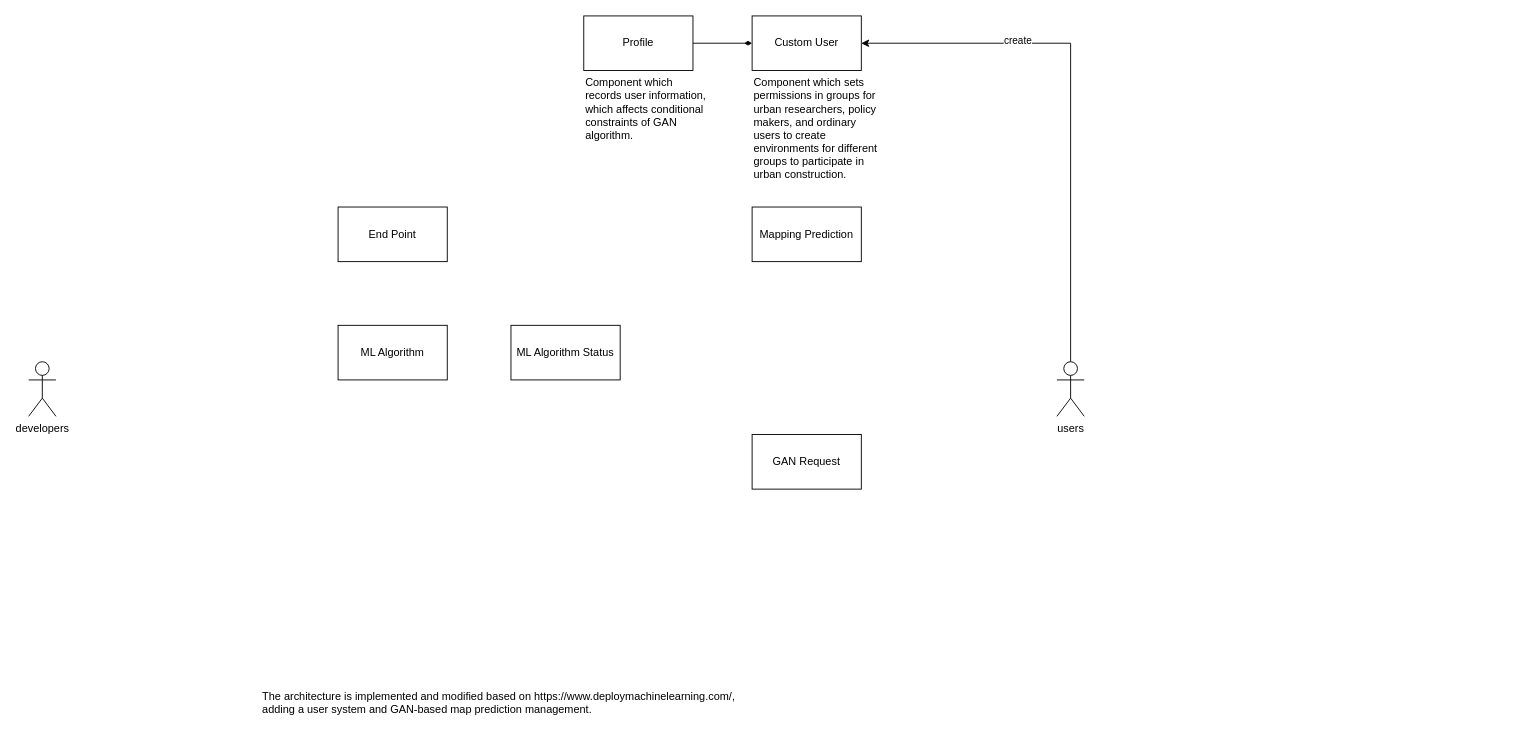
This is df2021.drawio from zixunh/ML_NanoService, a draw.io file, before an edit. Source tidied: cells renumbered, new cells numbered last; positions are measured from the earlier drawing's top-left corner, leaving out a move shared by most shapes. Both pictures are drawn from the tidied source at 91%, with x=0, y=0 at pixel (28, 15).
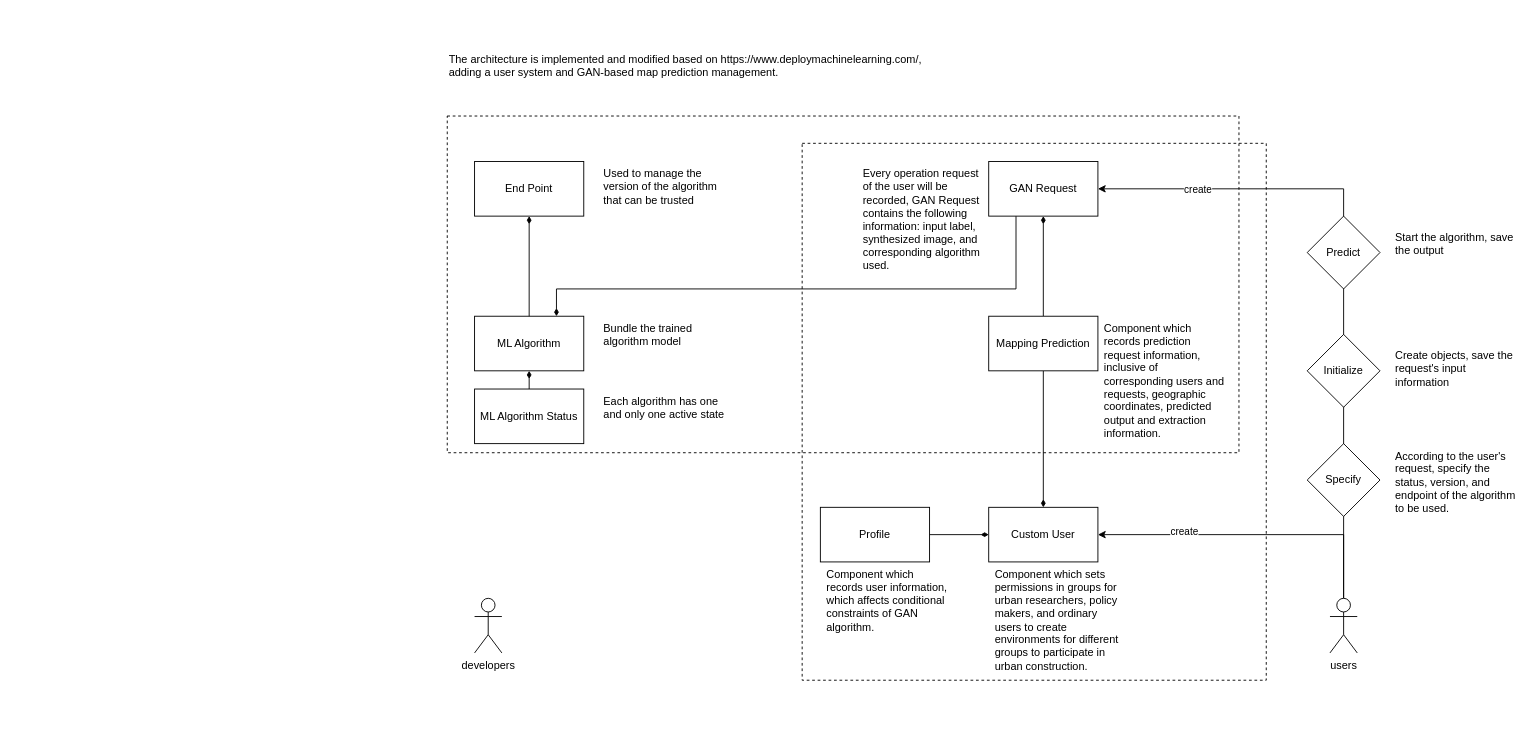
The same page after the edit.

The change refers to these unchanged cells:
```xml
<mxCell id="8" style="edgeStyle=orthogonalEdgeStyle;rounded=0;jettySize=auto;html=1;exitX=0.5;exitY=0;exitDx=0;exitDy=0;exitPerimeter=0;entryX=1;entryY=0.5;entryDx=0;entryDy=0;" parent="1" edge="1" source="10" target="12">
  <mxGeometry relative="1" as="geometry" />
</mxCell>
```

Change to the diagram source:
```diff
@@
-    <mxCell id="2" value="Mapping Prediction" style="rounded=0;whiteSpace=wrap;html=1;align=center;verticalAlign=middle;" parent="1" vertex="1">
-      <mxGeometry x="795" y="210" width="120" height="60" as="geometry" />
-    </mxCell>
     <mxCell id="3" value="End Point" style="rounded=0;whiteSpace=wrap;html=1;align=center;verticalAlign=middle;" parent="1" vertex="1">
-      <mxGeometry x="340" y="210" width="120" height="60" as="geometry" />
+      <mxGeometry x="490" y="160" width="120" height="60" as="geometry" />
     </mxCell>
     <mxCell id="4" value="ML Algorithm" style="rounded=0;whiteSpace=wrap;html=1;align=center;verticalAlign=middle;" parent="1" vertex="1">
-      <mxGeometry x="340" y="340" width="120" height="60" as="geometry" />
+      <mxGeometry x="490" y="330" width="120" height="60" as="geometry" />
     </mxCell>
     <mxCell id="5" value="ML Algorithm Status" style="rounded=0;whiteSpace=wrap;html=1;align=center;verticalAlign=middle;" parent="1" vertex="1">
-      <mxGeometry x="530" y="340" width="120" height="60" as="geometry" />
+      <mxGeometry x="490" y="410" width="120" height="60" as="geometry" />
     </mxCell>
-    <mxCell id="6" value="GAN Request" style="rounded=0;whiteSpace=wrap;html=1;align=center;verticalAlign=middle;" parent="1" vertex="1">
-      <mxGeometry x="795" y="460" width="120" height="60" as="geometry" />
-    </mxCell>
+    <mxCell id="18" style="edgeStyle=orthogonalEdgeStyle;rounded=0;jettySize=auto;html=1;exitX=0.25;exitY=1;exitDx=0;exitDy=0;entryX=0.75;entryY=0;entryDx=0;entryDy=0;startArrow=none;startFill=0;endArrow=diamondThin;endFill=1;" parent="1" edge="1" source="6" target="4">
+      <mxGeometry relative="1" as="geometry">
+        <Array as="points">
+          <mxPoint x="1085" y="300" />
+          <mxPoint x="580" y="300" />
+        </Array>
+      </mxGeometry>
+    </mxCell>
     <mxCell id="7" value="The architecture is implemented and modified based on https://www.deploymachinelearning.com/, &lt;br&gt;adding a user system and GAN-based map prediction management." style="text;html=1;align=left;verticalAlign=middle;strokeColor=none;" parent="1" vertex="1">
-      <mxGeometry x="255" y="740" width="540" height="30" as="geometry" />
+      <mxGeometry x="460" y="40" width="540" height="30" as="geometry" />
     </mxCell>
@@
     <mxCell id="9" value="create" style="edgeLabel;html=1;align=center;verticalAlign=middle;" parent="8" vertex="1">
-      <mxGeometry x="0.41" y="-4" relative="1" as="geometry" />
+      <mxGeometry x="0.41" y="-4" relative="1" as="geometry">
+        <mxPoint x="-6" as="offset" />
+      </mxGeometry>
     </mxCell>
     <mxCell id="10" value="users" style="shape=umlActor;verticalLabelPosition=bottom;verticalAlign=top;html=1;outlineConnect=0;" parent="1" vertex="1">
-      <mxGeometry x="1130" y="380" width="30" height="60" as="geometry" />
+      <mxGeometry x="1430" y="640" width="30" height="60" as="geometry" />
     </mxCell>
     <mxCell id="11" value="developers" style="shape=umlActor;verticalLabelPosition=bottom;verticalAlign=top;html=1;" parent="1" vertex="1">
-      <mxGeometry y="380" width="30" height="60" as="geometry" />
+      <mxGeometry x="490" y="640" width="30" height="60" as="geometry" />
     </mxCell>
-    <mxCell id="12" value="Custom User" style="rounded=0;whiteSpace=wrap;html=1;align=center;verticalAlign=middle;" parent="1" vertex="1">
-      <mxGeometry x="795" width="120" height="60" as="geometry" />
-    </mxCell>
@@
     <mxCell id="14" style="group;" parent="1" vertex="1">
-      <mxGeometry x="610" width="140" height="80" as="geometry" />
+      <mxGeometry x="870" y="540" width="140" height="80" as="geometry" />
     </mxCell>
@@
     <mxCell id="16" value="Component which records user information, which affects conditional constraints of GAN algorithm." style="text;html=1;strokeColor=none;fillColor=none;align=left;verticalAlign=top;whiteSpace=wrap;rounded=0;" parent="14" vertex="1">
-      <mxGeometry y="60" width="140" height="20" as="geometry" />
+      <mxGeometry x="5" y="60" width="140" height="20" as="geometry" />
     </mxCell>
+    <mxCell id="19" style="group;" parent="1" vertex="1">
+      <mxGeometry x="1055" y="540" width="140" height="80" as="geometry" />
+    </mxCell>
+    <mxCell id="12" value="Custom User" style="rounded=0;whiteSpace=wrap;html=1;align=center;verticalAlign=middle;" parent="19" vertex="1">
+      <mxGeometry width="120" height="60" as="geometry" />
+    </mxCell>
-    <mxCell id="17" value="Component which sets permissions in groups for urban researchers, policy makers, and ordinary users to create environments for different groups to participate in urban construction." style="text;html=1;strokeColor=none;fillColor=none;align=left;verticalAlign=top;whiteSpace=wrap;rounded=0;" parent="1" vertex="1">
-      <mxGeometry x="795" y="60" width="140" height="20" as="geometry" />
+    <mxCell id="17" value="Component which sets permissions in groups for urban researchers, policy makers, and ordinary users to create environments for different groups to participate in urban construction." style="text;html=1;strokeColor=none;fillColor=none;align=left;verticalAlign=top;whiteSpace=wrap;rounded=0;" parent="19" vertex="1">
+      <mxGeometry x="5" y="60" width="140" height="20" as="geometry" />
     </mxCell>
+    <mxCell id="20" style="endArrow=none;html=1;entryX=0.5;entryY=1;entryDx=0;entryDy=0;startArrow=diamondThin;startFill=1;" parent="1" edge="1" source="12" target="2">
+      <mxGeometry relative="1" as="geometry" />
+    </mxCell>
+    <mxCell id="21" style="endArrow=none;html=1;startArrow=diamondThin;startFill=1;exitX=0.5;exitY=1;exitDx=0;exitDy=0;" parent="1" edge="1" source="6" target="2">
+      <mxGeometry relative="1" as="geometry" />
+    </mxCell>
+    <mxCell id="22" style="edgeStyle=orthogonalEdgeStyle;rounded=0;jettySize=auto;html=1;exitX=0.5;exitY=0;exitDx=0;exitDy=0;exitPerimeter=0;entryX=1;entryY=0.5;entryDx=0;entryDy=0;" parent="1" edge="1" source="10" target="6">
+      <mxGeometry relative="1" as="geometry" />
+    </mxCell>
+    <mxCell id="23" value="create" style="edgeLabel;html=1;align=center;verticalAlign=middle;" parent="22" vertex="1">
+      <mxGeometry x="0.41" y="-4" relative="1" as="geometry">
+        <mxPoint x="-103" y="4" as="offset" />
+      </mxGeometry>
+    </mxCell>
+    <mxCell id="24" style="endArrow=none;html=1;startArrow=diamondThin;startFill=1;exitX=0.5;exitY=1;exitDx=0;exitDy=0;entryX=0.5;entryY=0;entryDx=0;entryDy=0;" parent="1" edge="1" source="3" target="4">
+      <mxGeometry relative="1" as="geometry" />
+    </mxCell>
+    <mxCell id="25" style="endArrow=none;html=1;startArrow=diamondThin;startFill=1;exitX=0.5;exitY=1;exitDx=0;exitDy=0;entryX=0.5;entryY=0;entryDx=0;entryDy=0;" parent="1" edge="1" source="4" target="5">
+      <mxGeometry relative="1" as="geometry" />
+    </mxCell>
+    <mxCell id="26" value="Used to manage the version of the algorithm that can be trusted" style="text;html=1;strokeColor=none;fillColor=none;align=left;verticalAlign=top;whiteSpace=wrap;rounded=0;" parent="1" vertex="1">
+      <mxGeometry x="630" y="160" width="140" height="20" as="geometry" />
+    </mxCell>
+    <mxCell id="27" style="group;" parent="1" vertex="1">
+      <mxGeometry x="915" y="160" width="260" height="60" as="geometry" />
+    </mxCell>
+    <mxCell id="6" value="GAN Request" style="rounded=0;whiteSpace=wrap;html=1;align=center;verticalAlign=middle;" parent="27" vertex="1">
+      <mxGeometry x="140" width="120" height="60" as="geometry" />
+    </mxCell>
+    <mxCell id="28" value="Every operation request of the user will be recorded, GAN Request contains the following information: input label, synthesized image, and corresponding algorithm used." style="text;html=1;strokeColor=none;fillColor=none;align=left;verticalAlign=top;whiteSpace=wrap;rounded=0;" parent="27" vertex="1">
+      <mxGeometry width="140" height="20" as="geometry" />
+    </mxCell>
+    <mxCell id="29" style="group;" parent="1" vertex="1">
+      <mxGeometry x="1055" y="330" width="265" height="60" as="geometry" />
+    </mxCell>
+    <mxCell id="2" value="Mapping Prediction" style="rounded=0;whiteSpace=wrap;html=1;align=center;verticalAlign=middle;" parent="29" vertex="1">
+      <mxGeometry width="120" height="60" as="geometry" />
+    </mxCell>
+    <mxCell id="30" value="Component which records prediction request information,&amp;nbsp; inclusive of corresponding users and requests, geographic coordinates, predicted output and extraction information." style="text;html=1;strokeColor=none;fillColor=none;align=left;verticalAlign=top;whiteSpace=wrap;rounded=0;" parent="29" vertex="1">
+      <mxGeometry x="125" width="140" height="20" as="geometry" />
+    </mxCell>
+    <mxCell id="31" value="Bundle the trained algorithm model" style="text;html=1;strokeColor=none;fillColor=none;align=left;verticalAlign=top;whiteSpace=wrap;rounded=0;" parent="1" vertex="1">
+      <mxGeometry x="630" y="330" width="140" height="20" as="geometry" />
+    </mxCell>
+    <mxCell id="32" value="Each algorithm has one and only one active state" style="text;html=1;strokeColor=none;fillColor=none;align=left;verticalAlign=top;whiteSpace=wrap;rounded=0;" parent="1" vertex="1">
+      <mxGeometry x="630" y="410" width="140" height="20" as="geometry" />
+    </mxCell>
+    <mxCell id="33" value="Specify" style="rhombus;whiteSpace=wrap;html=1;align=center;verticalAlign=middle;" parent="1" vertex="1">
+      <mxGeometry x="1405" y="470" width="80" height="80" as="geometry" />
+    </mxCell>
+    <mxCell id="34" value="According to the user's request, specify the status, version, and endpoint of the algorithm to be used." style="text;html=1;strokeColor=none;fillColor=none;align=left;verticalAlign=top;whiteSpace=wrap;rounded=0;" parent="1" vertex="1">
+      <mxGeometry x="1500" y="470" width="140" height="20" as="geometry" />
+    </mxCell>
+    <mxCell id="35" style="rounded=0;whiteSpace=wrap;html=1;align=center;verticalAlign=middle;fillColor=none;dashed=1;" parent="1" vertex="1">
+      <mxGeometry x="460" y="110" width="870" height="370" as="geometry" />
+    </mxCell>
+    <mxCell id="36" style="rounded=0;whiteSpace=wrap;html=1;align=center;verticalAlign=middle;fillColor=none;dashed=1;" parent="1" vertex="1">
+      <mxGeometry x="850" y="140" width="510" height="590" as="geometry" />
+    </mxCell>
+    <mxCell id="37" value="Initialize" style="rhombus;whiteSpace=wrap;html=1;align=center;verticalAlign=middle;" parent="1" vertex="1">
+      <mxGeometry x="1405" y="350" width="80" height="80" as="geometry" />
+    </mxCell>
+    <mxCell id="38" value="Predict" style="rhombus;whiteSpace=wrap;html=1;align=center;verticalAlign=middle;" parent="1" vertex="1">
+      <mxGeometry x="1405" y="220" width="80" height="80" as="geometry" />
+    </mxCell>
+    <mxCell id="39" value="Create objects, save the request's input information" style="text;html=1;strokeColor=none;fillColor=none;align=left;verticalAlign=top;whiteSpace=wrap;rounded=0;" parent="1" vertex="1">
+      <mxGeometry x="1500" y="360" width="140" height="20" as="geometry" />
+    </mxCell>
+    <mxCell id="40" value="Start the algorithm, save the output" style="text;html=1;strokeColor=none;fillColor=none;align=left;verticalAlign=top;whiteSpace=wrap;rounded=0;" parent="1" vertex="1">
+      <mxGeometry x="1500" y="230" width="140" height="20" as="geometry" />
+    </mxCell>
```
